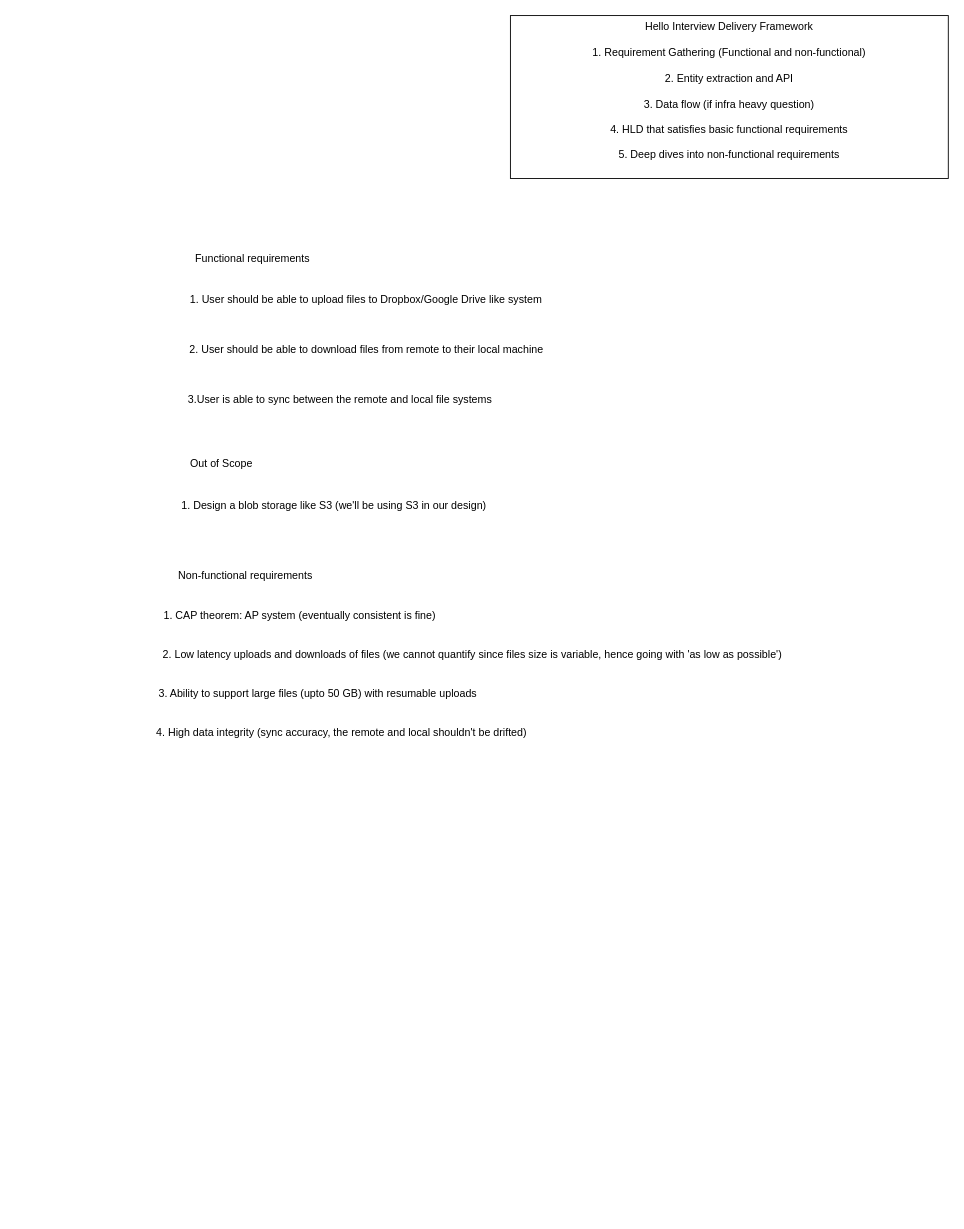
Above: Dropbox HLD.drawio in girikgarg8/Hello-Interview-HLD-Whiteboard-Practice (draw.io), before the change. Source tidied: cells renumbered, new cells numbered last; positions are measured from the earlier drawing's top-left corner, leaving out a move shared by most shapes. Both pictures are drawn from the tidied source at 89%, with x=0, y=0 at pixel (115, 15).
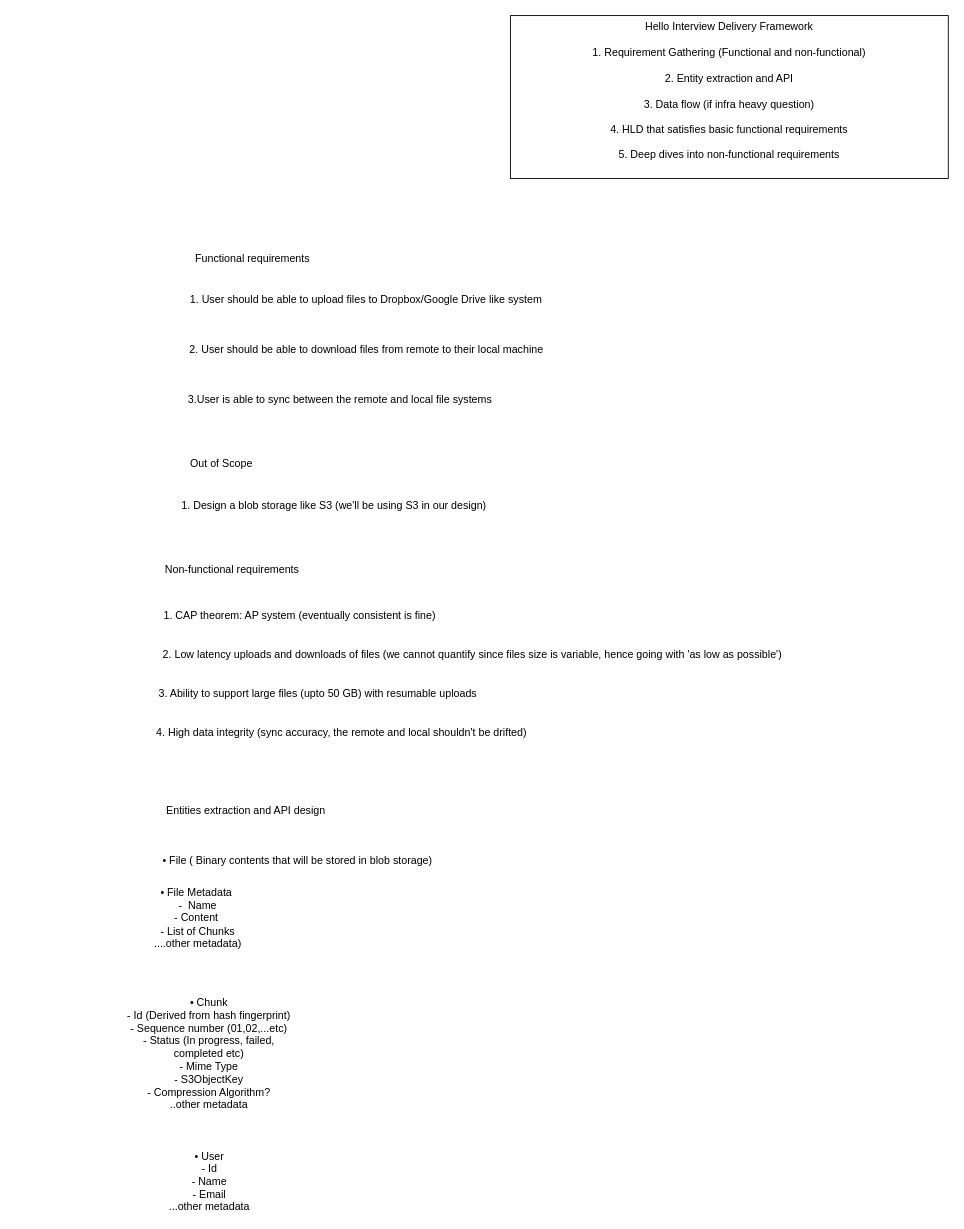
The same diagram, later.

Diff of the diagram source:
```diff
@@
 <mxGraphModel>
   <root>
     <mxCell id="0" />
     <mxCell id="1" parent="0" />
     <mxCell id="2" value="Hello Interview Delivery Framework&lt;div&gt;&lt;br&gt;&lt;/div&gt;&lt;div&gt;1. Requirement Gathering (Functional and non-functional)&lt;/div&gt;&lt;div&gt;&lt;br&gt;&lt;/div&gt;&lt;div&gt;2. Entity extraction and API&lt;/div&gt;&lt;div&gt;&lt;br&gt;&lt;/div&gt;&lt;div&gt;3. Data flow (if infra heavy question)&lt;/div&gt;&lt;div&gt;&lt;br&gt;&lt;/div&gt;&lt;div&gt;4. HLD that satisfies basic functional requirements&lt;/div&gt;&lt;div&gt;&lt;br&gt;&lt;/div&gt;&lt;div&gt;5. Deep dives into non-functional requirements&lt;/div&gt;&lt;div&gt;&lt;br&gt;&lt;/div&gt;" style="rounded=0;whiteSpace=wrap;html=1;" parent="1" vertex="1">
       <mxGeometry x="444" width="492" height="183" as="geometry" />
     </mxCell>
     <mxCell id="3" value="Functional requirements" style="text;html=1;whiteSpace=wrap;strokeColor=none;fillColor=none;align=center;verticalAlign=middle;rounded=0;" parent="1" vertex="1">
       <mxGeometry x="79" y="258" width="151" height="30" as="geometry" />
     </mxCell>
     <mxCell id="4" value="1. User should be able to upload files to Dropbox/Google Drive like system" style="text;html=1;whiteSpace=wrap;strokeColor=none;fillColor=none;align=center;verticalAlign=middle;rounded=0;" parent="1" vertex="1">
       <mxGeometry x="77" y="305" width="410" height="30" as="geometry" />
     </mxCell>
     <mxCell id="5" value="2. User should be able to download files from remote to their local machine" style="text;html=1;whiteSpace=wrap;strokeColor=none;fillColor=none;align=center;verticalAlign=middle;rounded=0;" parent="1" vertex="1">
       <mxGeometry x="63.8" y="361" width="436.5" height="30" as="geometry" />
     </mxCell>
     <mxCell id="6" value="3.User is able to sync between the remote and local file systems&amp;nbsp;" style="text;html=1;whiteSpace=wrap;strokeColor=none;fillColor=none;align=center;verticalAlign=middle;rounded=0;" parent="1" vertex="1">
       <mxGeometry x="36" y="417" width="436.5" height="30" as="geometry" />
     </mxCell>
     <mxCell id="7" value="Non-functional requirements" style="text;html=1;whiteSpace=wrap;strokeColor=none;fillColor=none;align=center;verticalAlign=middle;rounded=0;" parent="1" vertex="1">
-      <mxGeometry x="51" y="614" width="191" height="30" as="geometry" />
+      <mxGeometry x="36" y="608" width="191" height="30" as="geometry" />
     </mxCell>
     <mxCell id="8" value="1. CAP theorem: AP system (eventually consistent is fine)" style="text;html=1;whiteSpace=wrap;strokeColor=none;fillColor=none;align=center;verticalAlign=middle;rounded=0;" parent="1" vertex="1">
       <mxGeometry x="49" y="659" width="317" height="30" as="geometry" />
     </mxCell>
     <mxCell id="9" value="2. Low latency uploads and downloads of files (we cannot quantify since files size is variable, hence going with 'as low as possible')" style="text;html=1;whiteSpace=wrap;strokeColor=none;fillColor=none;align=center;verticalAlign=middle;rounded=0;" parent="1" vertex="1">
       <mxGeometry x="3" y="703" width="797" height="30" as="geometry" />
     </mxCell>
     <mxCell id="10" value="3. Ability to support large files (upto 50 GB) with resumable uploads&amp;nbsp;" style="text;html=1;whiteSpace=wrap;strokeColor=none;fillColor=none;align=center;verticalAlign=middle;rounded=0;" parent="1" vertex="1">
       <mxGeometry x="7" y="747" width="445" height="30" as="geometry" />
     </mxCell>
     <mxCell id="11" value="Out of Scope" style="text;html=1;whiteSpace=wrap;strokeColor=none;fillColor=none;align=center;verticalAlign=middle;rounded=0;" parent="1" vertex="1">
       <mxGeometry x="48" y="489" width="143" height="30" as="geometry" />
     </mxCell>
     <mxCell id="12" value="1. Design a blob storage like S3 (we'll be using S3 in our design)" style="text;html=1;whiteSpace=wrap;strokeColor=none;fillColor=none;align=center;verticalAlign=middle;rounded=0;" parent="1" vertex="1">
       <mxGeometry y="536" width="492" height="30" as="geometry" />
     </mxCell>
     <mxCell id="13" value="4. High data integrity (sync accuracy, the remote and local shouldn't be drifted)" style="text;html=1;whiteSpace=wrap;strokeColor=none;fillColor=none;align=center;verticalAlign=middle;rounded=0;" parent="1" vertex="1">
       <mxGeometry x="31.8" y="791" width="445" height="30" as="geometry" />
     </mxCell>
+    <mxCell id="14" value="Entities extraction and API design" style="text;html=1;whiteSpace=wrap;strokeColor=none;fillColor=none;align=center;verticalAlign=middle;rounded=0;" parent="1" vertex="1">
+      <mxGeometry x="17.5" y="879" width="258" height="30" as="geometry" />
+    </mxCell>
+    <mxCell id="15" value="• File ( Binary contents that will be stored in blob storage)" style="text;html=1;whiteSpace=wrap;strokeColor=none;fillColor=none;align=center;verticalAlign=middle;rounded=0;" parent="1" vertex="1">
+      <mxGeometry x="28" y="935" width="353.5" height="30" as="geometry" />
+    </mxCell>
+    <mxCell id="16" value="• File Metadata&amp;nbsp;&lt;div&gt;-&amp;nbsp; Name&lt;/div&gt;&lt;div&gt;- Content&amp;nbsp;&lt;/div&gt;&lt;div&gt;- List of Chunks&lt;/div&gt;&lt;div&gt;....other metadata)&lt;/div&gt;" style="text;html=1;whiteSpace=wrap;strokeColor=none;fillColor=none;align=center;verticalAlign=middle;rounded=0;" parent="1" vertex="1">
+      <mxGeometry x="-112" y="999" width="410" height="30" as="geometry" />
+    </mxCell>
+    <mxCell id="17" value="• Chunk&lt;div&gt;- Id (Derived from hash fingerprint)&lt;/div&gt;&lt;div&gt;- Sequence number (01,02,...etc)&lt;/div&gt;&lt;div&gt;- Status (In progress, failed, completed etc)&lt;/div&gt;&lt;div&gt;- Mime Type&lt;/div&gt;&lt;div&gt;- S3ObjectKey&lt;/div&gt;&lt;div&gt;- Compression Algorithm?&lt;/div&gt;&lt;div&gt;..other metadata&lt;/div&gt;&lt;div&gt;&lt;br&gt;&lt;/div&gt;&lt;div&gt;&lt;br&gt;&lt;/div&gt;&lt;div&gt;&lt;br&gt;&lt;/div&gt;" style="text;html=1;whiteSpace=wrap;strokeColor=none;fillColor=none;align=center;verticalAlign=middle;rounded=0;" parent="1" vertex="1">
+      <mxGeometry x="3" y="1157" width="205" height="61" as="geometry" />
+    </mxCell>
+    <mxCell id="18" value="• User&lt;div&gt;- Id&lt;/div&gt;&lt;div&gt;- Name&lt;/div&gt;&lt;div&gt;- Email&lt;/div&gt;&lt;div&gt;...other metadata&lt;/div&gt;" style="text;html=1;whiteSpace=wrap;strokeColor=none;fillColor=none;align=center;verticalAlign=middle;rounded=0;" parent="1" vertex="1">
+      <mxGeometry x="45.5" y="1295" width="120" height="30" as="geometry" />
+    </mxCell>
   </root>
 </mxGraphModel>
```
